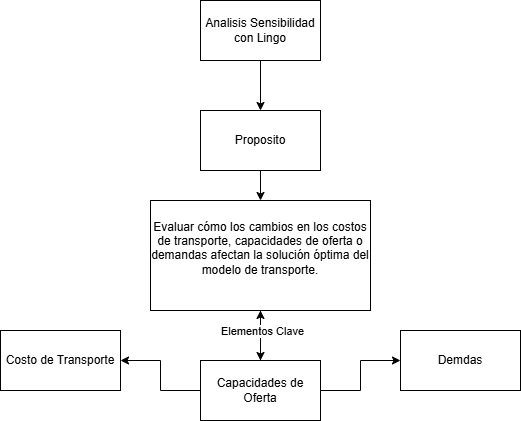
This is AnalisisTransporte.drawio.png from ejcondorf8/operativa-main, a draw.io export, as it was before one commit. Source tidied: cells renumbered, new cells last; positions are measured from the earlier drawing's top-left corner, leaving out a move shared by most shapes. Source of this version:
```xml
<mxGraphModel>
  <root>
    <mxCell id="0" />
    <mxCell id="1" parent="0" />
    <mxCell id="2" style="edgeStyle=orthogonalEdgeStyle;rounded=0;jettySize=auto;html=1;" parent="1" edge="1" source="3" target="5">
      <mxGeometry relative="1" as="geometry" />
    </mxCell>
    <mxCell id="3" value="Analisis Sensibilidad con Lingo" style="rounded=0;whiteSpace=wrap;html=1;" parent="1" vertex="1">
      <mxGeometry x="200" width="120" height="60" as="geometry" />
    </mxCell>
    <mxCell id="4" style="edgeStyle=orthogonalEdgeStyle;rounded=0;jettySize=auto;html=1;" parent="1" edge="1" source="5" target="7">
      <mxGeometry relative="1" as="geometry" />
    </mxCell>
    <mxCell id="5" value="Proposito" style="whiteSpace=wrap;html=1;rounded=0;" parent="1" vertex="1">
      <mxGeometry x="200" y="110" width="120" height="60" as="geometry" />
    </mxCell>
    <mxCell id="6" style="edgeStyle=orthogonalEdgeStyle;rounded=0;jettySize=auto;html=1;" parent="1" edge="1" source="7" target="12">
      <mxGeometry relative="1" as="geometry" />
    </mxCell>
    <mxCell id="7" value="&#10;Evaluar cómo los cambios en los costos de transporte, capacidades de oferta o demandas afectan la solución óptima del modelo de transporte.&#10;&#10;" style="whiteSpace=wrap;html=1;rounded=0;" parent="1" vertex="1">
      <mxGeometry x="150" y="200" width="220" height="110" as="geometry" />
    </mxCell>
    <mxCell id="8" style="edgeStyle=orthogonalEdgeStyle;rounded=0;jettySize=auto;html=1;" parent="1" edge="1" source="12" target="13">
      <mxGeometry relative="1" as="geometry" />
    </mxCell>
    <mxCell id="9" style="edgeStyle=orthogonalEdgeStyle;rounded=0;jettySize=auto;html=1;" parent="1" edge="1" source="12" target="14">
      <mxGeometry relative="1" as="geometry" />
    </mxCell>
    <mxCell id="10" style="edgeStyle=orthogonalEdgeStyle;rounded=0;jettySize=auto;html=1;" parent="1" edge="1" source="12" target="7">
      <mxGeometry relative="1" as="geometry" />
    </mxCell>
    <mxCell id="11" value="Elementos Clave" style="edgeLabel;html=1;align=center;verticalAlign=middle;" parent="10" vertex="1">
      <mxGeometry x="0.21" y="-1" relative="1" as="geometry" />
    </mxCell>
    <mxCell id="12" value="Capacidades de Oferta" style="whiteSpace=wrap;html=1;rounded=0;" parent="1" vertex="1">
      <mxGeometry x="200" y="360" width="120" height="60" as="geometry" />
    </mxCell>
    <mxCell id="13" value="Demdas" style="whiteSpace=wrap;html=1;rounded=0;" parent="1" vertex="1">
      <mxGeometry x="400" y="330" width="120" height="60" as="geometry" />
    </mxCell>
    <mxCell id="14" value="Costo de Transporte" style="whiteSpace=wrap;html=1;rounded=0;" parent="1" vertex="1">
      <mxGeometry y="330" width="120" height="60" as="geometry" />
    </mxCell>
  </root>
</mxGraphModel>
```
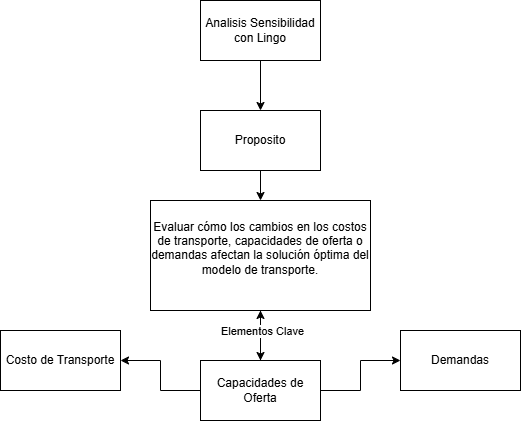
The same file after the commit.

Change to the diagram source:
```diff
@@ -35,7 +35,7 @@
     <mxCell id="12" value="Capacidades de Oferta" style="whiteSpace=wrap;html=1;rounded=0;" parent="1" vertex="1">
       <mxGeometry x="200" y="360" width="120" height="60" as="geometry" />
     </mxCell>
-    <mxCell id="13" value="Demdas" style="whiteSpace=wrap;html=1;rounded=0;" parent="1" vertex="1">
+    <mxCell id="13" value="Demandas" style="whiteSpace=wrap;html=1;rounded=0;" parent="1" vertex="1">
       <mxGeometry x="400" y="330" width="120" height="60" as="geometry" />
     </mxCell>
     <mxCell id="14" value="Costo de Transporte" style="whiteSpace=wrap;html=1;rounded=0;" parent="1" vertex="1">
```
